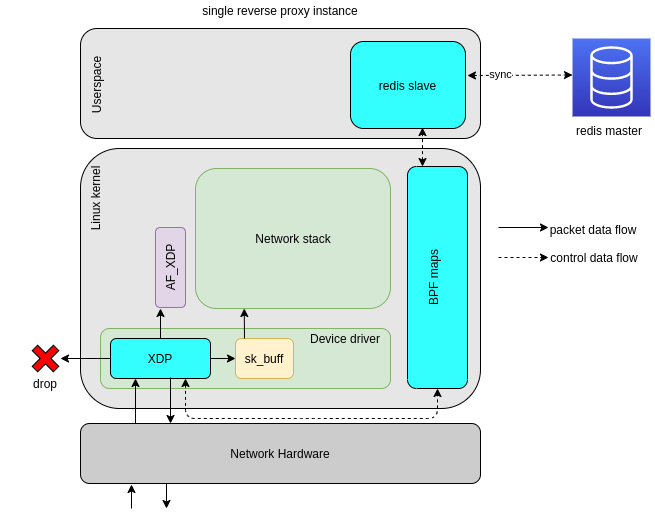
Earlier version of the draw.io export paper/paper_acm/pic/proxies_xdp.png (syafiq/xpro). Source tidied: cells renumbered, new cells last; positions are measured from the earlier drawing's top-left corner, leaving out a move shared by most shapes.
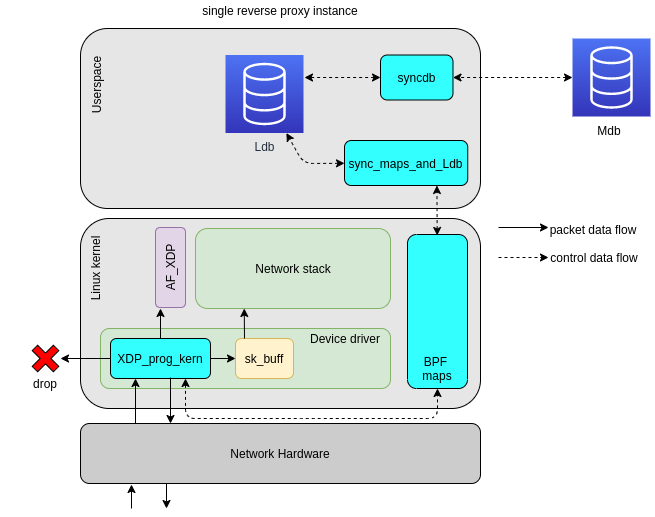
The same file after the commit.

What changed in the source:
```diff
@@ -8,30 +8,27 @@
     <mxCell id="3" value="single reverse proxy instance" style="text;html=1;strokeColor=none;fillColor=none;align=center;verticalAlign=middle;whiteSpace=wrap;rounded=0;" parent="1" vertex="1">
       <mxGeometry x="192" width="176" height="20" as="geometry" />
     </mxCell>
-    <mxCell id="4" value="redis master" style="text;html=1;strokeColor=none;fillColor=none;align=center;verticalAlign=middle;whiteSpace=wrap;rounded=0;" parent="1" vertex="1">
+    <mxCell id="4" value="Mdb" style="text;html=1;strokeColor=none;fillColor=none;align=center;verticalAlign=middle;whiteSpace=wrap;rounded=0;" parent="1" vertex="1">
       <mxGeometry x="564" y="120" width="90" height="20" as="geometry" />
     </mxCell>
     <mxCell id="5" style="rounded=1;whiteSpace=wrap;html=1;fillColor=#E6E6E6;" parent="1" vertex="1">
-      <mxGeometry x="80" y="148" width="400" height="260" as="geometry" />
+      <mxGeometry x="80" y="218" width="400" height="190" as="geometry" />
     </mxCell>
     <mxCell id="6" style="rounded=1;whiteSpace=wrap;html=1;fillColor=#d5e8d4;strokeColor=#82b366;" parent="1" vertex="1">
       <mxGeometry x="100" y="328" width="290" height="60" as="geometry" />
     </mxCell>
     <mxCell id="7" style="rounded=1;whiteSpace=wrap;html=1;rotation=-90;fillColor=#33FFFF;" parent="1" vertex="1">
-      <mxGeometry x="326" y="247" width="222" height="60" as="geometry" />
+      <mxGeometry x="360" y="281" width="154" height="60" as="geometry" />
     </mxCell>
     <mxCell id="8" style="rounded=1;whiteSpace=wrap;html=1;fillColor=#d5e8d4;strokeColor=#82b366;" parent="1" vertex="1">
-      <mxGeometry x="195" y="168" width="195" height="140" as="geometry" />
+      <mxGeometry x="195" y="228" width="195" height="80" as="geometry" />
     </mxCell>
     <mxCell id="9" style="rounded=1;whiteSpace=wrap;html=1;fillColor=#E6E6E6;" parent="1" vertex="1">
-      <mxGeometry x="80" y="28" width="400" height="110" as="geometry" />
+      <mxGeometry x="80" y="28" width="400" height="180" as="geometry" />
     </mxCell>
     <mxCell id="10" style="rounded=1;whiteSpace=wrap;html=1;direction=south;fillColor=#e1d5e7;strokeColor=#9673a6;" parent="1" vertex="1">
       <mxGeometry x="155" y="227" width="30" height="80" as="geometry" />
     </mxCell>
-    <mxCell id="11" value="redis slave" style="rounded=1;whiteSpace=wrap;html=1;fillColor=#33FFFF;" parent="1" vertex="1">
-      <mxGeometry x="350" y="41" width="115" height="87" as="geometry" />
-    </mxCell>
     <mxCell id="12" value="Network Hardware" style="rounded=1;whiteSpace=wrap;html=1;fillColor=#CCCCCC;" parent="1" vertex="1">
       <mxGeometry x="80" y="423" width="400" height="60" as="geometry" />
     </mxCell>
@@ -44,23 +41,23 @@
     <mxCell id="15" style="shape=cross;whiteSpace=wrap;html=1;fillColor=#FF0000;rotation=45;size=0.25267282314399986;" parent="1" vertex="1">
       <mxGeometry x="30" y="343" width="30" height="30" as="geometry" />
     </mxCell>
-    <mxCell id="16" value="BPF maps" style="text;html=1;strokeColor=none;fillColor=none;align=center;verticalAlign=middle;whiteSpace=wrap;rounded=0;rotation=-90;" parent="1" vertex="1">
-      <mxGeometry x="388" y="267" width="90" height="20" as="geometry" />
+    <mxCell id="16" value="BPF &lt;br&gt;maps" style="text;html=1;strokeColor=none;fillColor=none;align=center;verticalAlign=middle;whiteSpace=wrap;rounded=0;rotation=0;" parent="1" vertex="1">
+      <mxGeometry x="392" y="358" width="90" height="20" as="geometry" />
     </mxCell>
     <mxCell id="17" value="Network stack" style="text;html=1;strokeColor=none;fillColor=none;align=center;verticalAlign=middle;whiteSpace=wrap;rounded=0;" parent="1" vertex="1">
-      <mxGeometry x="247.5" y="219" width="90" height="38" as="geometry" />
+      <mxGeometry x="247.5" y="249" width="90" height="38" as="geometry" />
     </mxCell>
     <mxCell id="18" value="AF_XDP" style="text;html=1;strokeColor=none;fillColor=none;align=center;verticalAlign=middle;whiteSpace=wrap;rounded=0;rotation=-90;" parent="1" vertex="1">
       <mxGeometry x="125" y="257" width="90" height="20" as="geometry" />
     </mxCell>
-    <mxCell id="19" value="XDP" style="text;html=1;strokeColor=none;fillColor=none;align=center;verticalAlign=middle;whiteSpace=wrap;rounded=0;" parent="1" vertex="1">
+    <mxCell id="19" value="XDP_prog_kern" style="text;html=1;strokeColor=none;fillColor=none;align=center;verticalAlign=middle;whiteSpace=wrap;rounded=0;" parent="1" vertex="1">
       <mxGeometry x="115" y="348" width="90" height="20" as="geometry" />
     </mxCell>
     <mxCell id="20" value="Device driver" style="text;html=1;strokeColor=none;fillColor=none;align=center;verticalAlign=middle;whiteSpace=wrap;rounded=0;" parent="1" vertex="1">
       <mxGeometry x="300" y="328" width="90" height="20" as="geometry" />
     </mxCell>
     <mxCell id="21" value="Linux kernel" style="text;html=1;strokeColor=none;fillColor=none;align=center;verticalAlign=middle;whiteSpace=wrap;rounded=0;rotation=-90;" parent="1" vertex="1">
-      <mxGeometry x="50" y="188" width="90" height="20" as="geometry" />
+      <mxGeometry x="50" y="258" width="90" height="20" as="geometry" />
     </mxCell>
     <mxCell id="22" value="Userspace" style="text;html=1;strokeColor=none;fillColor=none;align=center;verticalAlign=middle;whiteSpace=wrap;rounded=0;rotation=-90;" parent="1" vertex="1">
       <mxGeometry x="50" y="74.5" width="90" height="20" as="geometry" />
@@ -68,14 +65,6 @@
     <mxCell id="23" value="drop" style="text;html=1;strokeColor=none;fillColor=none;align=center;verticalAlign=middle;whiteSpace=wrap;rounded=0;" parent="1" vertex="1">
       <mxGeometry y="373" width="90" height="20" as="geometry" />
     </mxCell>
-    <mxCell id="24" style="endArrow=classic;startArrow=classic;html=1;exitX=1.017;exitY=0.391;exitDx=0;exitDy=0;exitPerimeter=0;dashed=1;" parent="1" edge="1" source="11">
-      <mxGeometry relative="1" as="geometry">
-        <mxPoint x="572" y="74.5" as="targetPoint" />
-      </mxGeometry>
-    </mxCell>
-    <mxCell id="25" value="sync" style="edgeLabel;html=1;align=center;verticalAlign=middle;" parent="24" vertex="1">
-      <mxGeometry x="-0.37" y="1" relative="1" as="geometry" />
-    </mxCell>
     <mxCell id="26" style="endArrow=classic;html=1;exitX=0;exitY=0.5;exitDx=0;exitDy=0;" parent="1" edge="1" source="13">
       <mxGeometry relative="1" as="geometry">
         <mxPoint x="60" y="358" as="targetPoint" />
@@ -103,8 +92,10 @@
         <mxPoint x="170" y="377" as="sourcePoint" />
       </mxGeometry>
     </mxCell>
-    <mxCell id="32" style="endArrow=classic;startArrow=classic;html=1;exitX=1;exitY=0.25;exitDx=0;exitDy=0;entryX=0.626;entryY=0.989;entryDx=0;entryDy=0;entryPerimeter=0;dashed=1;" parent="1" edge="1" source="7" target="11">
-      <mxGeometry relative="1" as="geometry" />
+    <mxCell id="32" style="endArrow=classic;startArrow=classic;html=1;exitX=1;exitY=0.25;exitDx=0;exitDy=0;dashed=1;entryX=0.75;entryY=1;entryDx=0;entryDy=0;" parent="1" edge="1" target="42">
+      <mxGeometry relative="1" as="geometry">
+        <mxPoint x="436.7" y="235" as="sourcePoint" />
+      </mxGeometry>
     </mxCell>
     <mxCell id="33" style="endArrow=classic;startArrow=classic;html=1;entryX=0;entryY=0.5;entryDx=0;entryDy=0;exitX=0.75;exitY=1;exitDx=0;exitDy=0;dashed=1;" parent="1" edge="1" source="13" target="7">
       <mxGeometry relative="1" as="geometry">
@@ -145,5 +136,29 @@
         <mxPoint x="166" y="508" as="targetPoint" />
       </mxGeometry>
     </mxCell>
+    <mxCell id="40" value="Ldb" style="outlineConnect=0;fontColor=#232F3E;gradientColor=#4D72F3;gradientDirection=north;fillColor=#3334B9;strokeColor=#ffffff;dashed=0;verticalLabelPosition=bottom;verticalAlign=top;align=center;html=1;fontSize=12;fontStyle=0;shape=mxgraph.aws4.resourceIcon;resIcon=mxgraph.aws4.database;" parent="1" vertex="1">
+      <mxGeometry x="225" y="54.5" width="78" height="78" as="geometry" />
+    </mxCell>
+    <mxCell id="41" value="syncdb" style="rounded=1;whiteSpace=wrap;html=1;fillColor=#33FFFF;" parent="1" vertex="1">
+      <mxGeometry x="380" y="54.5" width="72.5" height="45" as="geometry" />
+    </mxCell>
+    <mxCell id="42" value="sync_maps_and_Ldb" style="rounded=1;whiteSpace=wrap;html=1;fillColor=#33FFFF;" parent="1" vertex="1">
+      <mxGeometry x="344" y="140" width="123.2" height="45" as="geometry" />
+    </mxCell>
+    <mxCell id="43" style="endArrow=classic;startArrow=classic;html=1;dashed=1;entryX=1;entryY=0.5;entryDx=0;entryDy=0;" parent="1" edge="1" source="2" target="41">
+      <mxGeometry relative="1" as="geometry" />
+    </mxCell>
+    <mxCell id="44" style="endArrow=classic;startArrow=classic;html=1;dashed=1;" parent="1" edge="1" source="42" target="40">
+      <mxGeometry relative="1" as="geometry">
+        <Array as="points">
+          <mxPoint x="303" y="163" />
+        </Array>
+      </mxGeometry>
+    </mxCell>
+    <mxCell id="45" style="endArrow=classic;startArrow=classic;html=1;dashed=1;exitX=0;exitY=0.5;exitDx=0;exitDy=0;" parent="1" edge="1" source="41">
+      <mxGeometry relative="1" as="geometry">
+        <mxPoint x="304" y="77" as="targetPoint" />
+      </mxGeometry>
+    </mxCell>
   </root>
 </mxGraphModel>
```
